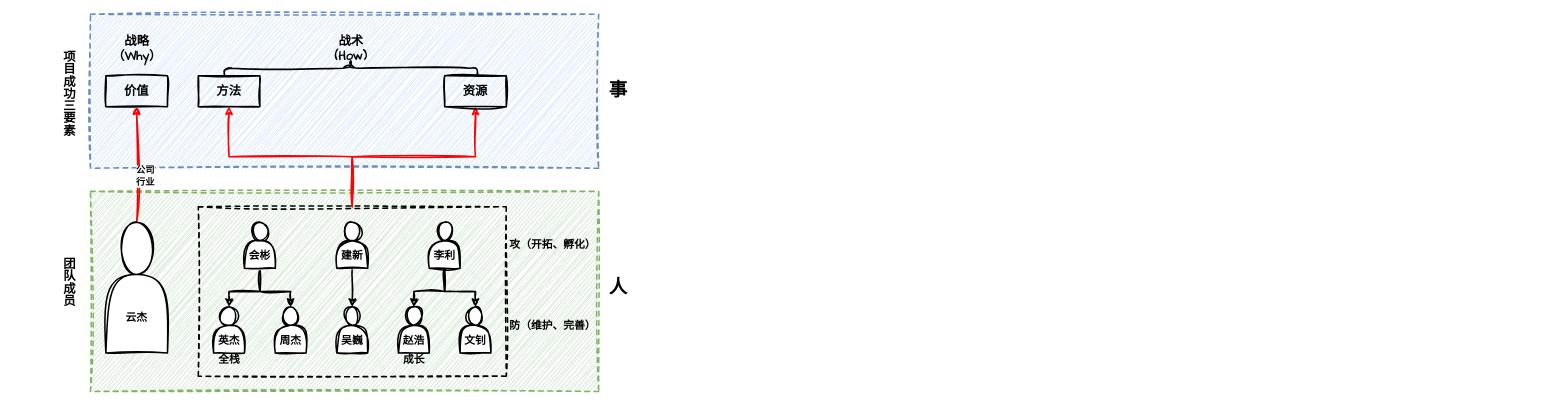
This is personal/duyunjie/管理理念.drawio from zhuanzhuan-tech/arch-draw-io, a draw.io file, before an edit. Source tidied: cells renumbered, new cells numbered last; positions are measured from the earlier drawing's top-left corner, leaving out a move shared by most shapes. Both pictures are drawn from the tidied source at 77%, with x=0, y=0 at pixel (13, -59).
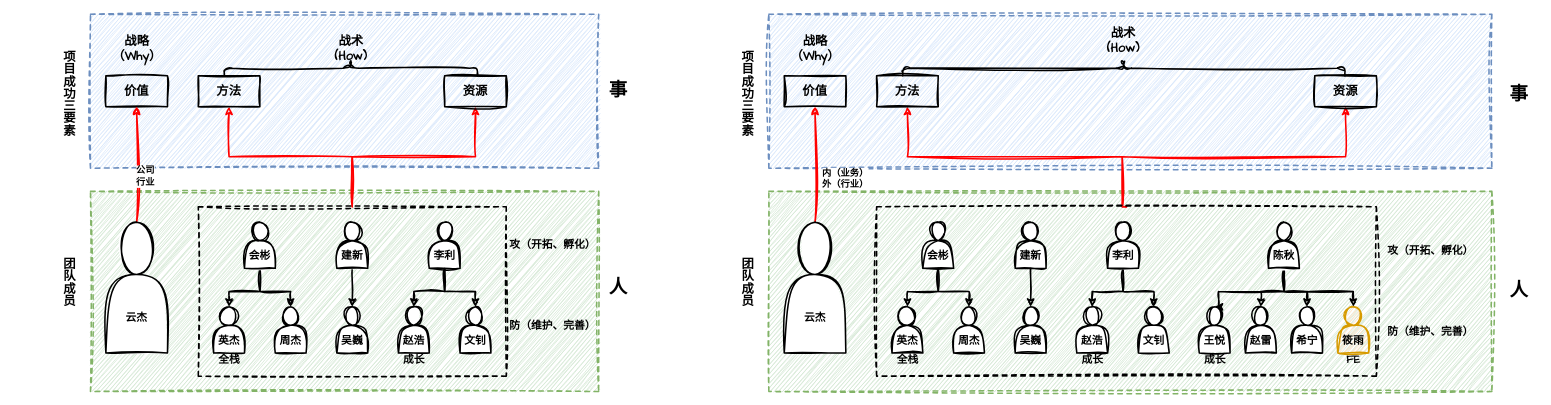
The same page after the edit.

Commit message:
更新管理理念.drawio

What changed in the source:
```diff
@@
+    <mxCell id="37" style="rounded=0;whiteSpace=wrap;html=1;sketch=1;hachureGap=4;jiggle=2;curveFitting=1;fontFamily=Architects Daughter;fillColor=#dae8fc;strokeWidth=2;dashed=1;strokeColor=#6c8ebf;" parent="1" vertex="1">
+      <mxGeometry x="981" y="94" width="939" height="200" as="geometry" />
+    </mxCell>
+    <mxCell id="38" style="rounded=0;whiteSpace=wrap;html=1;sketch=1;hachureGap=4;jiggle=2;curveFitting=1;fontFamily=Architects Daughter;fillColor=#d5e8d4;dashed=1;strokeWidth=2;strokeColor=#82b366;" parent="1" vertex="1">
+      <mxGeometry x="981" y="324" width="939" height="260" as="geometry" />
+    </mxCell>
+    <mxCell id="39" style="edgeStyle=orthogonalEdgeStyle;rounded=0;sketch=1;hachureGap=4;jiggle=2;curveFitting=1;jettySize=auto;html=1;exitX=0.5;exitY=0;exitDx=0;exitDy=0;entryX=0.5;entryY=1;entryDx=0;entryDy=0;fontFamily=Architects Daughter;strokeWidth=2;strokeColor=#FF0000;" parent="1" edge="1" source="41" target="43">
+      <mxGeometry relative="1" as="geometry">
+        <Array as="points">
+          <mxPoint x="1440" y="344" />
+          <mxPoint x="1440" y="279" />
+          <mxPoint x="1161" y="279" />
+        </Array>
+      </mxGeometry>
+    </mxCell>
+    <mxCell id="40" style="edgeStyle=orthogonalEdgeStyle;rounded=0;sketch=1;hachureGap=4;jiggle=2;curveFitting=1;jettySize=auto;html=1;exitX=0.5;exitY=0;exitDx=0;exitDy=0;entryX=0.5;entryY=1;entryDx=0;entryDy=0;fontFamily=Architects Daughter;strokeWidth=2;strokeColor=#FF0000;" parent="1" edge="1" source="41" target="44">
+      <mxGeometry relative="1" as="geometry">
+        <Array as="points">
+          <mxPoint x="1440" y="344" />
+          <mxPoint x="1440" y="279" />
+          <mxPoint x="1730" y="279" />
+        </Array>
+      </mxGeometry>
+    </mxCell>
+    <mxCell id="41" style="rounded=0;whiteSpace=wrap;html=1;sketch=1;hachureGap=4;jiggle=2;curveFitting=1;fontFamily=Architects Daughter;fillColor=none;dashed=1;strokeWidth=2;" parent="1" vertex="1">
+      <mxGeometry x="1121" y="344" width="649" height="220" as="geometry" />
+    </mxCell>
+    <mxCell id="42" value="&lt;b&gt;&lt;font style=&quot;font-size: 16px;&quot;&gt;价值&lt;/font&gt;&lt;/b&gt;" style="rounded=0;whiteSpace=wrap;html=1;sketch=1;hachureGap=4;jiggle=2;curveFitting=1;fontFamily=Architects Daughter;fillColor=none;strokeWidth=2;" parent="1" vertex="1">
+      <mxGeometry x="1001" y="174" width="80" height="40" as="geometry" />
+    </mxCell>
+    <mxCell id="43" value="&lt;span style=&quot;font-size: 16px;&quot;&gt;&lt;b&gt;方法&lt;/b&gt;&lt;/span&gt;" style="rounded=0;whiteSpace=wrap;html=1;sketch=1;hachureGap=4;jiggle=2;curveFitting=1;fontFamily=Architects Daughter;fillColor=none;strokeWidth=2;" parent="1" vertex="1">
+      <mxGeometry x="1121" y="174" width="80" height="40" as="geometry" />
+    </mxCell>
+    <mxCell id="44" value="&lt;span style=&quot;font-size: 16px;&quot;&gt;&lt;b&gt;资源&lt;/b&gt;&lt;/span&gt;" style="rounded=0;whiteSpace=wrap;html=1;sketch=1;hachureGap=4;jiggle=2;curveFitting=1;fontFamily=Architects Daughter;fillColor=none;strokeWidth=2;" parent="1" vertex="1">
+      <mxGeometry x="1690" y="174" width="80" height="40" as="geometry" />
+    </mxCell>
+    <mxCell id="45" style="shape=curlyBracket;whiteSpace=wrap;html=1;rounded=1;labelPosition=left;verticalLabelPosition=middle;align=right;verticalAlign=middle;sketch=1;hachureGap=4;jiggle=2;curveFitting=1;fontFamily=Architects Daughter;strokeWidth=2;rotation=90;" parent="1" vertex="1">
+      <mxGeometry x="1432" y="-123.2" width="20" height="574.4" as="geometry" />
+    </mxCell>
+    <mxCell id="46" value="&lt;b&gt;&lt;font style=&quot;font-size: 16px;&quot;&gt;战术&lt;/font&gt;&lt;/b&gt;&lt;div&gt;&lt;b&gt;&lt;font style=&quot;font-size: 16px;&quot;&gt;(How)&lt;/font&gt;&lt;/b&gt;&lt;/div&gt;" style="text;html=1;align=center;verticalAlign=middle;strokeColor=none;fillColor=none;fontFamily=Architects Daughter;" parent="1" vertex="1">
+      <mxGeometry x="1406" y="104" width="70" height="50" as="geometry" />
+    </mxCell>
+    <mxCell id="47" value="&lt;b&gt;&lt;font style=&quot;font-size: 16px;&quot;&gt;战略&lt;/font&gt;&lt;/b&gt;&lt;div&gt;&lt;b&gt;&lt;font style=&quot;font-size: 16px;&quot;&gt;（Why）&lt;/font&gt;&lt;/b&gt;&lt;/div&gt;" style="text;html=1;align=center;verticalAlign=middle;strokeColor=none;fillColor=none;fontFamily=Architects Daughter;" parent="1" vertex="1">
+      <mxGeometry x="996" y="114" width="90" height="50" as="geometry" />
+    </mxCell>
+    <mxCell id="48" value="&lt;font style=&quot;font-size: 16px;&quot;&gt;&lt;b&gt;项目成功三要素&lt;/b&gt;&lt;/font&gt;" style="text;html=1;align=center;verticalAlign=middle;strokeColor=none;fillColor=none;fontFamily=Architects Daughter;textDirection=vertical-lr;" parent="1" vertex="1">
+      <mxGeometry x="881" y="194" width="140" height="30" as="geometry" />
+    </mxCell>
+    <mxCell id="49" style="edgeStyle=orthogonalEdgeStyle;rounded=0;sketch=1;hachureGap=4;jiggle=2;curveFitting=1;jettySize=auto;html=1;exitX=0.5;exitY=1;exitDx=0;exitDy=0;entryX=0.5;entryY=0;entryDx=0;entryDy=0;fontFamily=Architects Daughter;strokeWidth=2;" parent="1" edge="1" source="51" target="52">
+      <mxGeometry relative="1" as="geometry">
+        <Array as="points">
+          <mxPoint x="1201" y="454" />
+          <mxPoint x="1161" y="454" />
+        </Array>
+      </mxGeometry>
+    </mxCell>
+    <mxCell id="50" style="edgeStyle=orthogonalEdgeStyle;rounded=0;sketch=1;hachureGap=4;jiggle=2;curveFitting=1;jettySize=auto;html=1;exitX=0.5;exitY=1;exitDx=0;exitDy=0;entryX=0.5;entryY=0;entryDx=0;entryDy=0;fontFamily=Architects Daughter;strokeWidth=2;" parent="1" edge="1" source="51" target="53">
+      <mxGeometry relative="1" as="geometry">
+        <Array as="points">
+          <mxPoint x="1201" y="454" />
+          <mxPoint x="1241" y="454" />
+        </Array>
+      </mxGeometry>
+    </mxCell>
+    <mxCell id="51" value="&lt;div&gt;&lt;br&gt;&lt;/div&gt;&lt;div&gt;&lt;br&gt;&lt;/div&gt;&lt;b&gt;&lt;font style=&quot;font-size: 14px;&quot;&gt;会彬&lt;/font&gt;&lt;/b&gt;" style="shape=actor;whiteSpace=wrap;html=1;sketch=1;hachureGap=4;jiggle=2;curveFitting=1;fontFamily=Architects Daughter;strokeWidth=2;" parent="1" vertex="1">
+      <mxGeometry x="1181" y="364" width="40" height="60" as="geometry" />
+    </mxCell>
+    <mxCell id="52" value="&lt;div&gt;&lt;br&gt;&lt;/div&gt;&lt;div&gt;&lt;br&gt;&lt;/div&gt;&lt;span style=&quot;font-size: 14px;&quot;&gt;&lt;b&gt;英杰&lt;/b&gt;&lt;/span&gt;" style="shape=actor;whiteSpace=wrap;html=1;sketch=1;hachureGap=4;jiggle=2;curveFitting=1;fontFamily=Architects Daughter;strokeWidth=2;" parent="1" vertex="1">
+      <mxGeometry x="1141" y="474" width="40" height="60" as="geometry" />
+    </mxCell>
+    <mxCell id="53" value="&lt;div&gt;&lt;br&gt;&lt;/div&gt;&lt;div&gt;&lt;br&gt;&lt;/div&gt;&lt;span style=&quot;font-size: 14px;&quot;&gt;&lt;b&gt;周杰&lt;/b&gt;&lt;/span&gt;" style="shape=actor;whiteSpace=wrap;html=1;sketch=1;hachureGap=4;jiggle=2;curveFitting=1;fontFamily=Architects Daughter;strokeWidth=2;" parent="1" vertex="1">
+      <mxGeometry x="1221" y="474" width="40" height="60" as="geometry" />
+    </mxCell>
+    <mxCell id="54" style="edgeStyle=orthogonalEdgeStyle;rounded=0;sketch=1;hachureGap=4;jiggle=2;curveFitting=1;jettySize=auto;html=1;exitX=0.5;exitY=1;exitDx=0;exitDy=0;entryX=0.5;entryY=0;entryDx=0;entryDy=0;fontFamily=Architects Daughter;strokeWidth=2;" parent="1" edge="1" source="55" target="56">
+      <mxGeometry relative="1" as="geometry" />
+    </mxCell>
+    <mxCell id="55" value="&lt;div&gt;&lt;br&gt;&lt;/div&gt;&lt;div&gt;&lt;br&gt;&lt;/div&gt;&lt;span style=&quot;font-size: 14px;&quot;&gt;&lt;b&gt;建新&lt;/b&gt;&lt;/span&gt;" style="shape=actor;whiteSpace=wrap;html=1;sketch=1;hachureGap=4;jiggle=2;curveFitting=1;fontFamily=Architects Daughter;strokeWidth=2;" parent="1" vertex="1">
+      <mxGeometry x="1301" y="364" width="40" height="60" as="geometry" />
+    </mxCell>
+    <mxCell id="56" value="&lt;div&gt;&lt;br&gt;&lt;/div&gt;&lt;div&gt;&lt;br&gt;&lt;/div&gt;&lt;b&gt;&lt;font style=&quot;font-size: 14px;&quot;&gt;吴巍&lt;/font&gt;&lt;/b&gt;" style="shape=actor;whiteSpace=wrap;html=1;sketch=1;hachureGap=4;jiggle=2;curveFitting=1;fontFamily=Architects Daughter;strokeWidth=2;" parent="1" vertex="1">
+      <mxGeometry x="1301" y="474" width="40" height="60" as="geometry" />
+    </mxCell>
+    <mxCell id="57" style="edgeStyle=orthogonalEdgeStyle;rounded=0;sketch=1;hachureGap=4;jiggle=2;curveFitting=1;jettySize=auto;html=1;exitX=0.5;exitY=1;exitDx=0;exitDy=0;entryX=0.5;entryY=0;entryDx=0;entryDy=0;fontFamily=Architects Daughter;strokeWidth=2;" parent="1" edge="1" source="59" target="60">
+      <mxGeometry relative="1" as="geometry">
+        <Array as="points">
+          <mxPoint x="1441" y="454" />
+          <mxPoint x="1401" y="454" />
+        </Array>
+      </mxGeometry>
+    </mxCell>
+    <mxCell id="58" style="edgeStyle=orthogonalEdgeStyle;rounded=0;sketch=1;hachureGap=4;jiggle=2;curveFitting=1;jettySize=auto;html=1;exitX=0.5;exitY=1;exitDx=0;exitDy=0;entryX=0.5;entryY=0;entryDx=0;entryDy=0;fontFamily=Architects Daughter;strokeWidth=2;" parent="1" edge="1" source="59" target="61">
+      <mxGeometry relative="1" as="geometry">
+        <Array as="points">
+          <mxPoint x="1441" y="454" />
+          <mxPoint x="1481" y="454" />
+        </Array>
+      </mxGeometry>
+    </mxCell>
+    <mxCell id="59" value="&lt;div&gt;&lt;br&gt;&lt;/div&gt;&lt;div&gt;&lt;br&gt;&lt;/div&gt;&lt;span style=&quot;font-size: 14px;&quot;&gt;&lt;b&gt;李利&lt;/b&gt;&lt;/span&gt;" style="shape=actor;whiteSpace=wrap;html=1;sketch=1;hachureGap=4;jiggle=2;curveFitting=1;fontFamily=Architects Daughter;strokeWidth=2;" parent="1" vertex="1">
+      <mxGeometry x="1421" y="364" width="40" height="60" as="geometry" />
+    </mxCell>
+    <mxCell id="60" value="&lt;div&gt;&lt;br&gt;&lt;/div&gt;&lt;div&gt;&lt;br&gt;&lt;/div&gt;&lt;b&gt;&lt;font style=&quot;font-size: 14px;&quot;&gt;赵浩&lt;/font&gt;&lt;/b&gt;" style="shape=actor;whiteSpace=wrap;html=1;sketch=1;hachureGap=4;jiggle=2;curveFitting=1;fontFamily=Architects Daughter;strokeWidth=2;" parent="1" vertex="1">
+      <mxGeometry x="1381" y="474" width="40" height="60" as="geometry" />
+    </mxCell>
+    <mxCell id="61" value="&lt;div&gt;&lt;br&gt;&lt;/div&gt;&lt;div&gt;&lt;br&gt;&lt;/div&gt;&lt;span style=&quot;font-size: 14px;&quot;&gt;&lt;b&gt;文钊&lt;/b&gt;&lt;/span&gt;" style="shape=actor;whiteSpace=wrap;html=1;sketch=1;hachureGap=4;jiggle=2;curveFitting=1;fontFamily=Architects Daughter;strokeWidth=2;" parent="1" vertex="1">
+      <mxGeometry x="1461" y="474" width="40" height="60" as="geometry" />
+    </mxCell>
+    <mxCell id="62" style="edgeStyle=orthogonalEdgeStyle;rounded=0;sketch=1;hachureGap=4;jiggle=2;curveFitting=1;jettySize=auto;html=1;exitX=0.5;exitY=0;exitDx=0;exitDy=0;entryX=0.5;entryY=1;entryDx=0;entryDy=0;fontFamily=Architects Daughter;strokeWidth=2;strokeColor=#FF0000;" parent="1" edge="1" source="64" target="42">
+      <mxGeometry relative="1" as="geometry" />
+    </mxCell>
+    <mxCell id="63" value="&lt;b&gt;&lt;font style=&quot;font-size: 12px;&quot;&gt;内（业务）&lt;/font&gt;&lt;/b&gt;&lt;div&gt;&lt;b&gt;&lt;font style=&quot;font-size: 12px;&quot;&gt;外（行业）&lt;/font&gt;&lt;/b&gt;&lt;/div&gt;" style="edgeLabel;html=1;align=center;verticalAlign=middle;sketch=1;hachureGap=4;jiggle=2;curveFitting=1;fontFamily=Architects Daughter;" parent="62" vertex="1">
+      <mxGeometry x="-0.32" y="3" relative="1" as="geometry">
+        <mxPoint x="41" y="-6" as="offset" />
+      </mxGeometry>
+    </mxCell>
+    <mxCell id="64" value="&lt;div&gt;&lt;br&gt;&lt;/div&gt;&lt;div&gt;&lt;br&gt;&lt;/div&gt;&lt;b&gt;&lt;font style=&quot;font-size: 14px;&quot;&gt;&lt;div&gt;&lt;b&gt;&lt;font style=&quot;font-size: 14px;&quot;&gt;&lt;br&gt;&lt;/font&gt;&lt;/b&gt;&lt;/div&gt;&lt;div&gt;&lt;b&gt;&lt;font style=&quot;font-size: 14px;&quot;&gt;&lt;br&gt;&lt;/font&gt;&lt;/b&gt;&lt;/div&gt;&lt;div&gt;&lt;b&gt;&lt;font style=&quot;font-size: 14px;&quot;&gt;&lt;br&gt;&lt;/font&gt;&lt;/b&gt;&lt;/div&gt;云杰&lt;/font&gt;&lt;/b&gt;" style="shape=actor;whiteSpace=wrap;html=1;sketch=1;hachureGap=4;jiggle=2;curveFitting=1;fontFamily=Architects Daughter;strokeWidth=2;" parent="1" vertex="1">
+      <mxGeometry x="1001" y="364" width="80" height="170" as="geometry" />
+    </mxCell>
+    <mxCell id="65" value="&lt;b&gt;&lt;font style=&quot;font-size: 14px;&quot;&gt;全栈&lt;/font&gt;&lt;/b&gt;" style="text;html=1;align=center;verticalAlign=middle;strokeColor=none;fillColor=none;fontFamily=Architects Daughter;" parent="1" vertex="1">
+      <mxGeometry x="1136" y="529" width="50" height="30" as="geometry" />
+    </mxCell>
+    <mxCell id="66" value="&lt;b&gt;&lt;font style=&quot;font-size: 14px;&quot;&gt;成长&lt;/font&gt;&lt;/b&gt;" style="text;html=1;align=center;verticalAlign=middle;strokeColor=none;fillColor=none;fontFamily=Architects Daughter;" parent="1" vertex="1">
+      <mxGeometry x="1376" y="529" width="50" height="30" as="geometry" />
+    </mxCell>
+    <mxCell id="67" value="&lt;b&gt;&lt;font style=&quot;font-size: 14px;&quot;&gt;攻（开拓、孵化）&lt;/font&gt;&lt;/b&gt;" style="text;html=1;align=center;verticalAlign=middle;strokeColor=none;fillColor=none;fontFamily=Architects Daughter;" parent="1" vertex="1">
+      <mxGeometry x="1770" y="386.5" width="140" height="30" as="geometry" />
+    </mxCell>
+    <mxCell id="68" value="&lt;b&gt;&lt;font style=&quot;font-size: 14px;&quot;&gt;防（维护、完善）&lt;/font&gt;&lt;/b&gt;" style="text;html=1;align=center;verticalAlign=middle;strokeColor=none;fillColor=none;fontFamily=Architects Daughter;" parent="1" vertex="1">
+      <mxGeometry x="1770" y="491.5" width="140" height="30" as="geometry" />
+    </mxCell>
+    <mxCell id="69" value="&lt;font style=&quot;font-size: 16px;&quot;&gt;&lt;b&gt;团队成员&lt;/b&gt;&lt;/font&gt;" style="text;html=1;align=center;verticalAlign=middle;strokeColor=none;fillColor=none;fontFamily=Architects Daughter;textDirection=vertical-lr;" parent="1" vertex="1">
+      <mxGeometry x="906" y="439" width="90" height="30" as="geometry" />
+    </mxCell>
+    <mxCell id="70" value="&lt;b style=&quot;&quot;&gt;&lt;font style=&quot;font-size: 24px;&quot;&gt;事&lt;/font&gt;&lt;/b&gt;" style="text;html=1;align=center;verticalAlign=middle;strokeColor=none;fillColor=none;fontFamily=Architects Daughter;" parent="1" vertex="1">
+      <mxGeometry x="1930" y="179" width="50" height="40" as="geometry" />
+    </mxCell>
+    <mxCell id="71" value="&lt;span style=&quot;font-size: 24px;&quot;&gt;&lt;b&gt;人&lt;/b&gt;&lt;/span&gt;" style="text;html=1;align=center;verticalAlign=middle;strokeColor=none;fillColor=none;fontFamily=Architects Daughter;" parent="1" vertex="1">
+      <mxGeometry x="1930" y="434" width="50" height="40" as="geometry" />
+    </mxCell>
+    <mxCell id="72" style="edgeStyle=orthogonalEdgeStyle;rounded=0;sketch=1;hachureGap=4;jiggle=2;curveFitting=1;jettySize=auto;html=1;exitX=0.5;exitY=1;exitDx=0;exitDy=0;entryX=0.5;entryY=0;entryDx=0;entryDy=0;fontFamily=Architects Daughter;strokeWidth=2;" parent="1" edge="1" source="76" target="77">
+      <mxGeometry relative="1" as="geometry">
+        <Array as="points">
+          <mxPoint x="1650" y="454" />
+          <mxPoint x="1565" y="454" />
+        </Array>
+      </mxGeometry>
+    </mxCell>
+    <mxCell id="73" style="edgeStyle=orthogonalEdgeStyle;rounded=0;sketch=1;hachureGap=4;jiggle=2;curveFitting=1;jettySize=auto;html=1;exitX=0.5;exitY=1;exitDx=0;exitDy=0;entryX=0.5;entryY=0;entryDx=0;entryDy=0;fontFamily=Architects Daughter;strokeWidth=2;" parent="1" edge="1" source="76" target="80">
+      <mxGeometry relative="1" as="geometry">
+        <Array as="points">
+          <mxPoint x="1650" y="454" />
+          <mxPoint x="1740" y="454" />
+        </Array>
+      </mxGeometry>
+    </mxCell>
+    <mxCell id="74" style="edgeStyle=orthogonalEdgeStyle;rounded=0;sketch=1;hachureGap=4;jiggle=2;curveFitting=1;jettySize=auto;html=1;exitX=0.5;exitY=1;exitDx=0;exitDy=0;entryX=0.5;entryY=0;entryDx=0;entryDy=0;fontFamily=Architects Daughter;strokeWidth=2;" parent="1" edge="1" source="76" target="78">
+      <mxGeometry relative="1" as="geometry">
+        <Array as="points">
+          <mxPoint x="1650" y="454" />
+          <mxPoint x="1620" y="454" />
+        </Array>
+      </mxGeometry>
+    </mxCell>
+    <mxCell id="75" style="edgeStyle=orthogonalEdgeStyle;rounded=0;sketch=1;hachureGap=4;jiggle=2;curveFitting=1;jettySize=auto;html=1;exitX=0.5;exitY=1;exitDx=0;exitDy=0;entryX=0.5;entryY=0;entryDx=0;entryDy=0;fontFamily=Architects Daughter;strokeWidth=2;" parent="1" edge="1" source="76" target="79">
+      <mxGeometry relative="1" as="geometry">
+        <Array as="points">
+          <mxPoint x="1650" y="454" />
+          <mxPoint x="1680" y="454" />
+        </Array>
+      </mxGeometry>
+    </mxCell>
+    <mxCell id="76" value="&lt;div&gt;&lt;br&gt;&lt;/div&gt;&lt;div&gt;&lt;br&gt;&lt;/div&gt;&lt;span style=&quot;font-size: 14px;&quot;&gt;&lt;b&gt;陈秋&lt;/b&gt;&lt;/span&gt;" style="shape=actor;whiteSpace=wrap;html=1;sketch=1;hachureGap=4;jiggle=2;curveFitting=1;fontFamily=Architects Daughter;strokeWidth=2;" parent="1" vertex="1">
+      <mxGeometry x="1630" y="364" width="40" height="60" as="geometry" />
+    </mxCell>
+    <mxCell id="77" value="&lt;div&gt;&lt;br&gt;&lt;/div&gt;&lt;div&gt;&lt;br&gt;&lt;/div&gt;&lt;b&gt;&lt;font style=&quot;font-size: 14px;&quot;&gt;王悦&lt;/font&gt;&lt;/b&gt;" style="shape=actor;whiteSpace=wrap;html=1;sketch=1;hachureGap=4;jiggle=2;curveFitting=1;fontFamily=Architects Daughter;strokeWidth=2;" parent="1" vertex="1">
+      <mxGeometry x="1540" y="474" width="40" height="60" as="geometry" />
+    </mxCell>
+    <mxCell id="78" value="&lt;div&gt;&lt;br&gt;&lt;/div&gt;&lt;div&gt;&lt;br&gt;&lt;/div&gt;&lt;span style=&quot;font-size: 14px;&quot;&gt;&lt;b&gt;赵雷&lt;/b&gt;&lt;/span&gt;" style="shape=actor;whiteSpace=wrap;html=1;sketch=1;hachureGap=4;jiggle=2;curveFitting=1;fontFamily=Architects Daughter;strokeWidth=2;" parent="1" vertex="1">
+      <mxGeometry x="1600" y="474" width="40" height="60" as="geometry" />
+    </mxCell>
+    <mxCell id="79" value="&lt;div&gt;&lt;br&gt;&lt;/div&gt;&lt;div&gt;&lt;br&gt;&lt;/div&gt;&lt;span style=&quot;font-size: 14px;&quot;&gt;&lt;b&gt;希宁&lt;/b&gt;&lt;/span&gt;" style="shape=actor;whiteSpace=wrap;html=1;sketch=1;hachureGap=4;jiggle=2;curveFitting=1;fontFamily=Architects Daughter;strokeWidth=2;" parent="1" vertex="1">
+      <mxGeometry x="1660" y="474" width="40" height="60" as="geometry" />
+    </mxCell>
+    <mxCell id="80" value="&lt;div&gt;&lt;br&gt;&lt;/div&gt;&lt;div&gt;&lt;br&gt;&lt;/div&gt;&lt;span style=&quot;font-size: 14px;&quot;&gt;&lt;b&gt;筱雨&lt;/b&gt;&lt;/span&gt;" style="shape=actor;whiteSpace=wrap;html=1;sketch=1;hachureGap=4;jiggle=2;curveFitting=1;fontFamily=Architects Daughter;strokeWidth=2;fillColor=#ffe6cc;strokeColor=#d79b00;" parent="1" vertex="1">
+      <mxGeometry x="1720" y="474" width="40" height="60" as="geometry" />
+    </mxCell>
+    <mxCell id="81" value="&lt;b&gt;&lt;font style=&quot;font-size: 14px;&quot;&gt;成长&lt;/font&gt;&lt;/b&gt;" style="text;html=1;align=center;verticalAlign=middle;strokeColor=none;fillColor=none;fontFamily=Architects Daughter;" parent="1" vertex="1">
+      <mxGeometry x="1535" y="529" width="50" height="30" as="geometry" />
+    </mxCell>
+    <mxCell id="82" value="&lt;b&gt;&lt;font style=&quot;font-size: 14px;&quot;&gt;FE&lt;/font&gt;&lt;/b&gt;" style="text;html=1;align=center;verticalAlign=middle;strokeColor=none;fillColor=none;fontFamily=Architects Daughter;" parent="1" vertex="1">
+      <mxGeometry x="1720" y="529" width="40" height="30" as="geometry" />
+    </mxCell>
```
